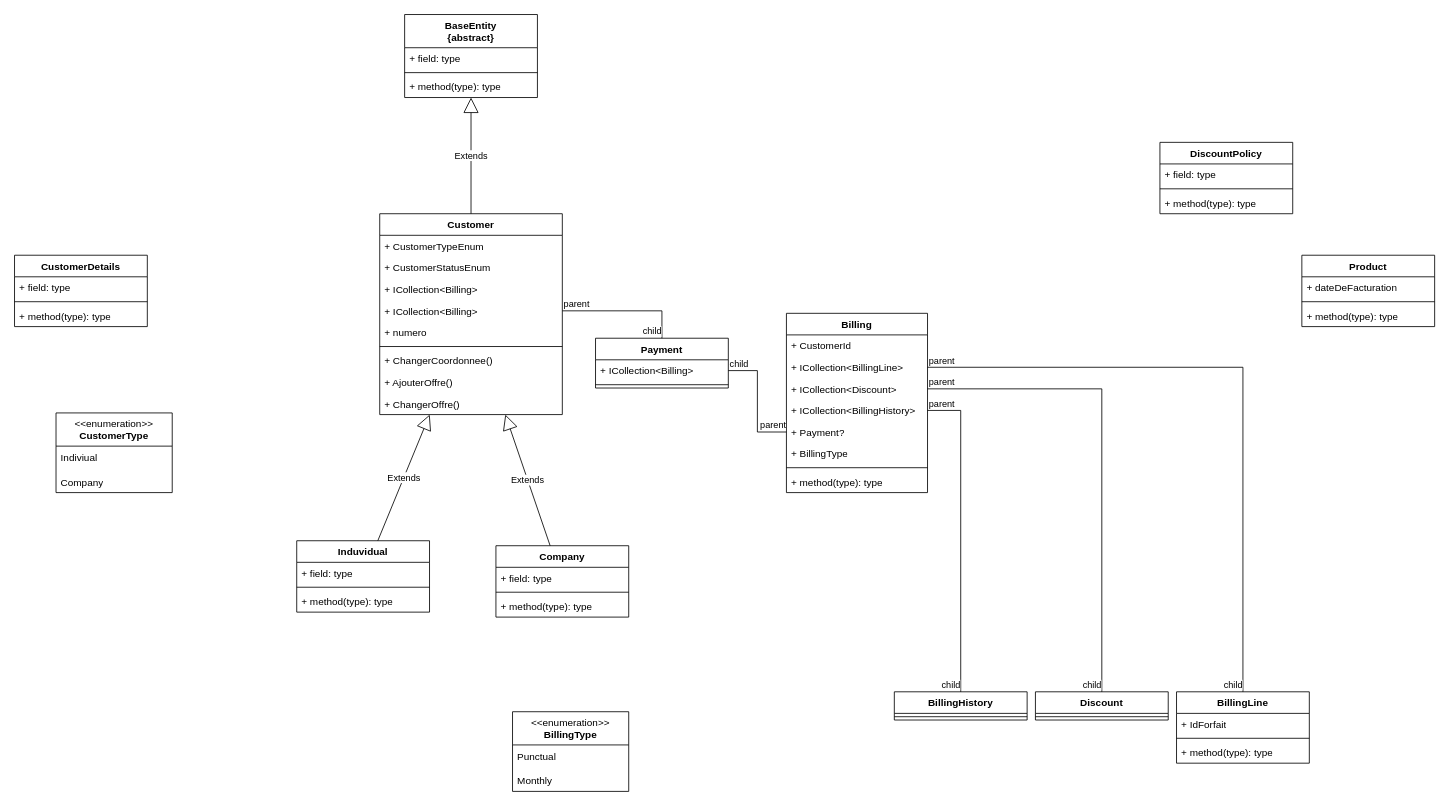
Scholastien/MyApp keeps this draw.io diagram as page "Page-7" (7 of 7) of src/Diagrammes.drawio. Above is the earlier version. Source tidied: cells renumbered, new cells numbered last; positions are measured from the earlier drawing's top-left corner, leaving out a move shared by most shapes. Both pictures are drawn from the tidied source at 83%, with x=0, y=0 at pixel (14, 14).
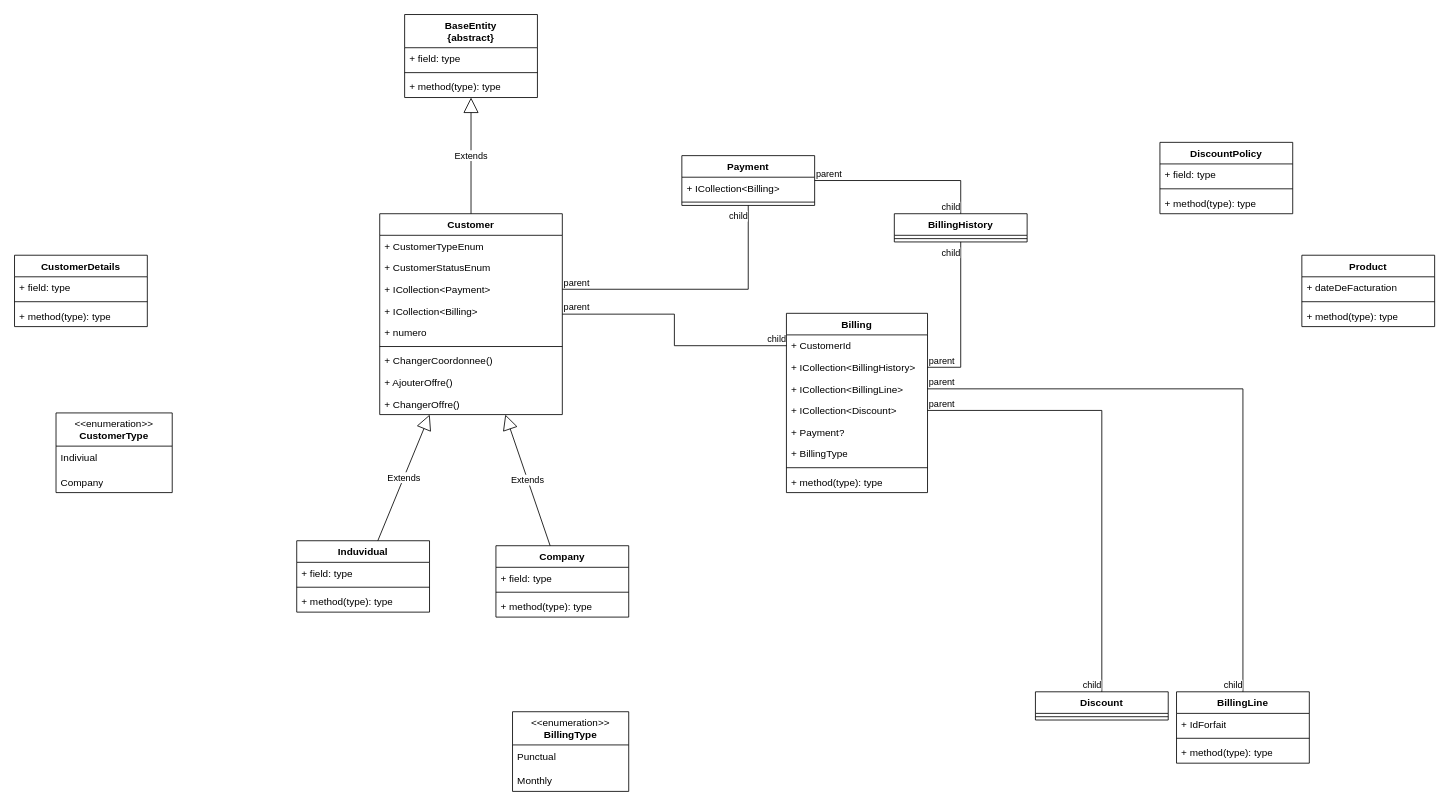
The same diagram, later.

Unchanged cells that the change refers to:
```xml
<mxCell id="2" value="Customer" style="swimlane;fontStyle=1;align=center;verticalAlign=top;horizontal=1;startSize=26;whiteSpace=wrap;html=1;" parent="1" vertex="1">
  <mxGeometry x="440" y="240" width="220" height="242" as="geometry" />
</mxCell>
<mxCell id="6" value="+&amp;nbsp;ICollection&amp;lt;Billing&amp;gt;" style="text;strokeColor=none;fillColor=none;align=left;verticalAlign=top;spacingLeft=4;spacingRight=4;overflow=hidden;points=[[0,0.5],[1,0.5]];portConstraint=eastwest;whiteSpace=wrap;html=1;" parent="2" vertex="1">
  <mxGeometry y="104" width="220" height="26" as="geometry" />
</mxCell>
<mxCell id="21" value="+&amp;nbsp;ICollection&amp;lt;Billing&amp;gt;" style="text;strokeColor=none;fillColor=none;align=left;verticalAlign=top;spacingLeft=4;spacingRight=4;overflow=hidden;points=[[0,0.5],[1,0.5]];portConstraint=eastwest;whiteSpace=wrap;html=1;" parent="20" vertex="1">
  <mxGeometry y="26" width="160" height="26" as="geometry" />
</mxCell>
<mxCell id="31" value="Billing" style="swimlane;fontStyle=1;align=center;verticalAlign=top;horizontal=1;startSize=26;whiteSpace=wrap;html=1;" parent="1" vertex="1">
  <mxGeometry x="930" y="360" width="170" height="216" as="geometry" />
</mxCell>
<mxCell id="32" value="+ CustomerId" style="text;strokeColor=none;fillColor=none;align=left;verticalAlign=top;spacingLeft=4;spacingRight=4;overflow=hidden;points=[[0,0.5],[1,0.5]];portConstraint=eastwest;whiteSpace=wrap;html=1;" parent="31" vertex="1">
  <mxGeometry y="26" width="170" height="26" as="geometry" />
</mxCell>
<mxCell id="36" value="+ Payment?" style="text;strokeColor=none;fillColor=none;align=left;verticalAlign=top;spacingLeft=4;spacingRight=4;overflow=hidden;points=[[0,0.5],[1,0.5]];portConstraint=eastwest;whiteSpace=wrap;html=1;" parent="31" vertex="1">
  <mxGeometry y="130" width="170" height="26" as="geometry" />
</mxCell>
<mxCell id="63" style="endArrow=none;html=1;edgeStyle=orthogonalEdgeStyle;rounded=0;" parent="1" edge="1" source="35" target="61">
  <mxGeometry relative="1" as="geometry" />
</mxCell>
```

What changed in the source:
```diff
@@
-    <mxCell id="5" value="+&amp;nbsp;ICollection&amp;lt;Billing&amp;gt;" style="text;strokeColor=none;fillColor=none;align=left;verticalAlign=top;spacingLeft=4;spacingRight=4;overflow=hidden;points=[[0,0.5],[1,0.5]];portConstraint=eastwest;whiteSpace=wrap;html=1;" parent="2" vertex="1">
+    <mxCell id="5" value="+&amp;nbsp;ICollection&amp;lt;Payment&amp;gt;" style="text;strokeColor=none;fillColor=none;align=left;verticalAlign=top;spacingLeft=4;spacingRight=4;overflow=hidden;points=[[0,0.5],[1,0.5]];portConstraint=eastwest;whiteSpace=wrap;html=1;" parent="2" vertex="1">
       <mxGeometry y="78" width="220" height="26" as="geometry" />
     </mxCell>
@@
     <mxCell id="20" value="Payment" style="swimlane;fontStyle=1;align=center;verticalAlign=top;horizontal=1;startSize=26;whiteSpace=wrap;html=1;" parent="1" vertex="1">
-      <mxGeometry x="700" y="390" width="160" height="60" as="geometry" />
+      <mxGeometry x="804" y="170" width="160" height="60" as="geometry" />
     </mxCell>
@@
+    <mxCell id="35" value="+&amp;nbsp;ICollection&amp;lt;BillingHistory&amp;gt;" style="text;strokeColor=none;fillColor=none;align=left;verticalAlign=top;spacingLeft=4;spacingRight=4;overflow=hidden;points=[[0,0.5],[1,0.5]];portConstraint=eastwest;whiteSpace=wrap;html=1;" parent="31" vertex="1">
+      <mxGeometry y="52" width="170" height="26" as="geometry" />
+    </mxCell>
     <mxCell id="33" value="+&amp;nbsp;ICollection&amp;lt;BillingLine&amp;gt; " style="text;strokeColor=none;fillColor=none;align=left;verticalAlign=top;spacingLeft=4;spacingRight=4;overflow=hidden;points=[[0,0.5],[1,0.5]];portConstraint=eastwest;whiteSpace=wrap;html=1;" parent="31" vertex="1">
-      <mxGeometry y="52" width="170" height="26" as="geometry" />
+      <mxGeometry y="78" width="170" height="26" as="geometry" />
     </mxCell>
     <mxCell id="34" value="+&amp;nbsp;ICollection&amp;lt;Discount&amp;gt;" style="text;strokeColor=none;fillColor=none;align=left;verticalAlign=top;spacingLeft=4;spacingRight=4;overflow=hidden;points=[[0,0.5],[1,0.5]];portConstraint=eastwest;whiteSpace=wrap;html=1;" parent="31" vertex="1">
-      <mxGeometry y="78" width="170" height="26" as="geometry" />
+      <mxGeometry y="104" width="170" height="26" as="geometry" />
     </mxCell>
-    <mxCell id="35" value="+&amp;nbsp;ICollection&amp;lt;BillingHistory&amp;gt;" style="text;strokeColor=none;fillColor=none;align=left;verticalAlign=top;spacingLeft=4;spacingRight=4;overflow=hidden;points=[[0,0.5],[1,0.5]];portConstraint=eastwest;whiteSpace=wrap;html=1;" parent="31" vertex="1">
-      <mxGeometry y="104" width="170" height="26" as="geometry" />
-    </mxCell>
@@
     <mxCell id="61" value="BillingHistory" style="swimlane;fontStyle=1;align=center;verticalAlign=top;horizontal=1;startSize=26;whiteSpace=wrap;html=1;" parent="1" vertex="1">
-      <mxGeometry x="1060" y="816" width="160" height="34" as="geometry" />
+      <mxGeometry x="1060" y="240" width="160" height="34" as="geometry" />
     </mxCell>
@@
-    <mxCell id="65" value="child" style="edgeLabel;html=1;align=right;verticalAlign=bottom;" parent="63" vertex="1">
+    <mxCell id="65" value="child" style="edgeLabel;html=1;align=right;verticalAlign=top;" parent="63" vertex="1">
       <mxGeometry x="1" relative="1" as="geometry" />
     </mxCell>
@@
-    <mxCell id="74" style="endArrow=none;html=1;edgeStyle=orthogonalEdgeStyle;rounded=0;" parent="1" edge="1" source="6" target="20">
-      <mxGeometry relative="1" as="geometry" />
-    </mxCell>
-    <mxCell id="75" value="parent" style="edgeLabel;html=1;align=left;verticalAlign=bottom;" parent="74" vertex="1">
-      <mxGeometry x="-1" relative="1" as="geometry" />
-    </mxCell>
-    <mxCell id="76" value="child" style="edgeLabel;html=1;align=right;verticalAlign=bottom;" parent="74" vertex="1">
-      <mxGeometry x="1" relative="1" as="geometry" />
-    </mxCell>
-    <mxCell id="77" style="endArrow=none;html=1;edgeStyle=orthogonalEdgeStyle;rounded=0;" parent="1" edge="1" source="36" target="21">
-      <mxGeometry relative="1" as="geometry" />
-    </mxCell>
-    <mxCell id="78" value="parent" style="edgeLabel;html=1;align=right;verticalAlign=bottom;" parent="77" vertex="1">
-      <mxGeometry x="-1" relative="1" as="geometry" />
-    </mxCell>
-    <mxCell id="79" value="child" style="edgeLabel;html=1;align=left;verticalAlign=bottom;" parent="77" vertex="1">
-      <mxGeometry x="1" relative="1" as="geometry" />
-    </mxCell>
+    <mxCell id="80" style="endArrow=none;html=1;edgeStyle=orthogonalEdgeStyle;rounded=0;" parent="1" edge="1" source="20" target="61">
+      <mxGeometry relative="1" as="geometry" />
+    </mxCell>
+    <mxCell id="81" value="parent" style="edgeLabel;html=1;align=left;verticalAlign=bottom;" parent="80" vertex="1">
+      <mxGeometry x="-1" relative="1" as="geometry" />
+    </mxCell>
+    <mxCell id="82" value="child" style="edgeLabel;html=1;align=right;verticalAlign=bottom;" parent="80" vertex="1">
+      <mxGeometry x="1" relative="1" as="geometry" />
+    </mxCell>
+    <mxCell id="83" style="endArrow=none;html=1;edgeStyle=orthogonalEdgeStyle;rounded=0;" parent="1" edge="1" source="2" target="32">
+      <mxGeometry relative="1" as="geometry" />
+    </mxCell>
+    <mxCell id="84" value="parent" style="edgeLabel;html=1;align=left;verticalAlign=bottom;" parent="83" vertex="1">
+      <mxGeometry x="-1" relative="1" as="geometry" />
+    </mxCell>
+    <mxCell id="85" value="child" style="edgeLabel;html=1;align=right;verticalAlign=bottom;" parent="83" vertex="1">
+      <mxGeometry x="1" relative="1" as="geometry" />
+    </mxCell>
+    <mxCell id="86" style="endArrow=none;html=1;edgeStyle=orthogonalEdgeStyle;rounded=0;" parent="1" edge="1" source="5" target="20">
+      <mxGeometry relative="1" as="geometry" />
+    </mxCell>
+    <mxCell id="87" value="parent" style="edgeLabel;html=1;align=left;verticalAlign=bottom;" parent="86" vertex="1">
+      <mxGeometry x="-1" relative="1" as="geometry" />
+    </mxCell>
+    <mxCell id="88" value="child" style="edgeLabel;html=1;align=right;verticalAlign=top;" parent="86" vertex="1">
+      <mxGeometry x="1" relative="1" as="geometry" />
+    </mxCell>
```
